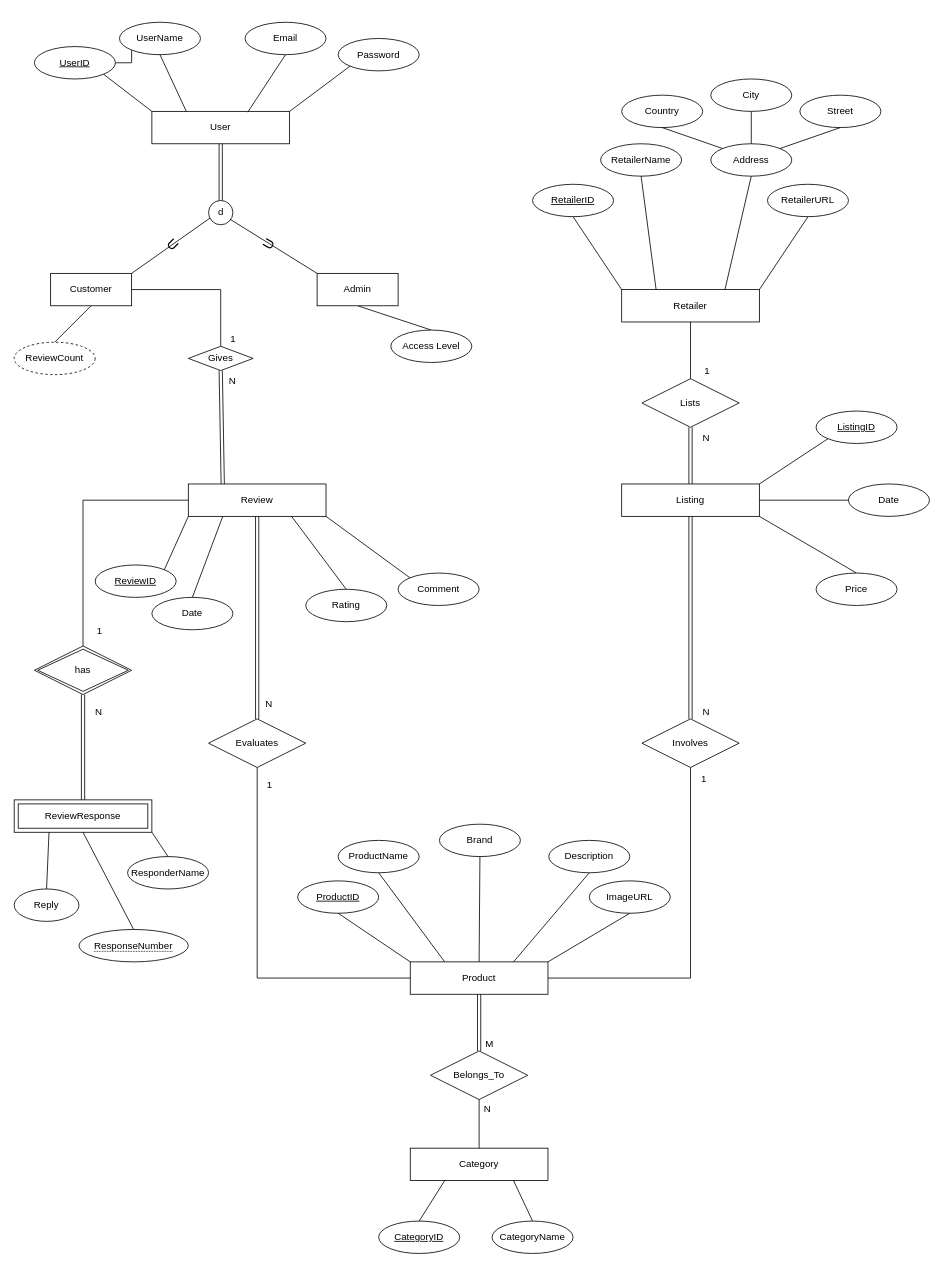
This is CompareIt_Database.drawio from HamdaanMirza/Procrastinators, a draw.io file, before an edit. Source tidied: cells renumbered, new cells numbered last; positions are measured from the earlier drawing's top-left corner, leaving out a move shared by most shapes. Both pictures are drawn from the tidied source at 81%, with x=0, y=0 at pixel (14, 22).
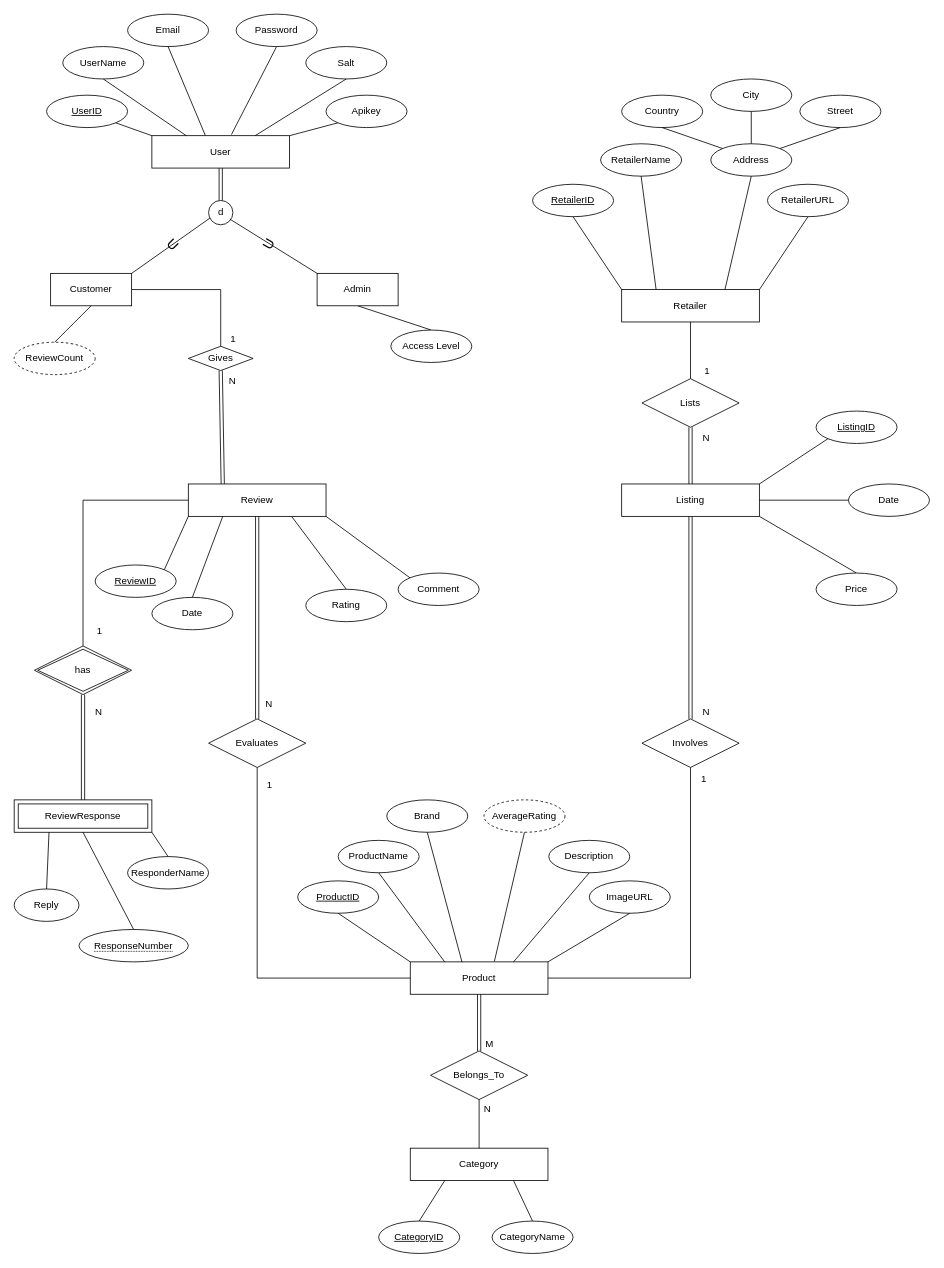
Above is the later version.

Commit message:
Added "Salt" and "Apikey" attributes to User. Added "AverageRating" attribute to Product.

The change refers to these unchanged cells:
```xml
<mxCell id="47" value="Product" style="whiteSpace=wrap;html=1;align=center;" parent="1" vertex="1">
  <mxGeometry x="489" y="1160" width="170" height="40" as="geometry" />
</mxCell>
```

The edit, as a diff of the source:
```diff
@@
     <mxCell id="2" value="User" style="whiteSpace=wrap;html=1;align=center;" parent="1" vertex="1">
-      <mxGeometry x="170" y="110" width="170" height="40" as="geometry" />
+      <mxGeometry x="170" y="140" width="170" height="40" as="geometry" />
     </mxCell>
-    <mxCell id="3" style="edgeStyle=orthogonalEdgeStyle;rounded=0;jettySize=auto;html=1;" parent="1" edge="1" source="4" target="6">
-      <mxGeometry relative="1" as="geometry" />
-    </mxCell>
     <mxCell id="4" value="UserID" style="ellipse;whiteSpace=wrap;html=1;align=center;fontStyle=4;" parent="1" vertex="1">
-      <mxGeometry x="25" y="30" width="100" height="40" as="geometry" />
+      <mxGeometry x="40" y="90" width="100" height="40" as="geometry" />
     </mxCell>
@@
     <mxCell id="6" value="UserName" style="ellipse;whiteSpace=wrap;html=1;align=center;" parent="1" vertex="1">
-      <mxGeometry x="130" width="100" height="40" as="geometry" />
+      <mxGeometry x="60" y="30" width="100" height="40" as="geometry" />
     </mxCell>
     <mxCell id="7" value="Email" style="ellipse;whiteSpace=wrap;html=1;align=center;" parent="1" vertex="1">
-      <mxGeometry x="285" width="100" height="40" as="geometry" />
+      <mxGeometry x="140" y="-10" width="100" height="40" as="geometry" />
     </mxCell>
     <mxCell id="8" value="Password" style="ellipse;whiteSpace=wrap;html=1;align=center;" parent="1" vertex="1">
-      <mxGeometry x="400" y="20" width="100" height="40" as="geometry" />
+      <mxGeometry x="274" y="-10" width="100" height="40" as="geometry" />
     </mxCell>
@@
-    <mxCell id="10" style="endArrow=none;html=1;rounded=0;exitX=0.5;exitY=1;exitDx=0;exitDy=0;entryX=0.696;entryY=0.025;entryDx=0;entryDy=0;entryPerimeter=0;" parent="1" edge="1" source="7" target="2">
+    <mxCell id="10" style="endArrow=none;html=1;rounded=0;exitX=0.5;exitY=1;exitDx=0;exitDy=0;entryX=0.388;entryY=-0.01;entryDx=0;entryDy=0;entryPerimeter=0;" parent="1" edge="1" source="7" target="2">
       <mxGeometry relative="1" as="geometry" />
     </mxCell>
-    <mxCell id="11" style="endArrow=none;html=1;rounded=0;exitX=1;exitY=0;exitDx=0;exitDy=0;entryX=0;entryY=1;entryDx=0;entryDy=0;" parent="1" edge="1" source="2" target="8">
+    <mxCell id="11" style="endArrow=none;html=1;rounded=0;exitX=0.578;exitY=-0.035;exitDx=0;exitDy=0;entryX=0.5;entryY=1;entryDx=0;entryDy=0;exitPerimeter=0;" parent="1" edge="1" source="2" target="8">
       <mxGeometry relative="1" as="geometry" />
     </mxCell>
@@
     <mxCell id="50" value="Brand" style="ellipse;whiteSpace=wrap;html=1;align=center;" parent="1" vertex="1">
-      <mxGeometry x="525" y="990" width="100" height="40" as="geometry" />
+      <mxGeometry x="460" y="960" width="100" height="40" as="geometry" />
     </mxCell>
@@
-    <mxCell id="55" style="endArrow=none;html=1;rounded=0;exitX=0.5;exitY=1;exitDx=0;exitDy=0;entryX=0.5;entryY=0;entryDx=0;entryDy=0;" parent="1" edge="1" source="50" target="47">
+    <mxCell id="55" style="endArrow=none;html=1;rounded=0;exitX=0.5;exitY=1;exitDx=0;exitDy=0;entryX=0.376;entryY=0.01;entryDx=0;entryDy=0;entryPerimeter=0;" parent="1" edge="1" source="50" target="47">
       <mxGeometry relative="1" as="geometry" />
     </mxCell>
@@
+    <mxCell id="109" value="Salt" style="ellipse;whiteSpace=wrap;html=1;align=center;" parent="1" vertex="1">
+      <mxGeometry x="360" y="30" width="100" height="40" as="geometry" />
+    </mxCell>
+    <mxCell id="110" value="Apikey" style="ellipse;whiteSpace=wrap;html=1;align=center;" parent="1" vertex="1">
+      <mxGeometry x="385" y="90" width="100" height="40" as="geometry" />
+    </mxCell>
+    <mxCell id="111" style="endArrow=none;html=1;rounded=0;exitX=0.75;exitY=0;exitDx=0;exitDy=0;entryX=0.5;entryY=1;entryDx=0;entryDy=0;" parent="1" edge="1" source="2" target="109">
+      <mxGeometry relative="1" as="geometry" />
+    </mxCell>
+    <mxCell id="112" style="endArrow=none;html=1;rounded=0;exitX=1;exitY=0;exitDx=0;exitDy=0;entryX=0;entryY=1;entryDx=0;entryDy=0;" parent="1" edge="1" source="2" target="110">
+      <mxGeometry relative="1" as="geometry" />
+    </mxCell>
+    <mxCell id="113" value="AverageRating" style="ellipse;whiteSpace=wrap;html=1;align=center;dashed=1;" parent="1" vertex="1">
+      <mxGeometry x="580" y="960" width="100" height="40" as="geometry" />
+    </mxCell>
+    <mxCell id="114" style="endArrow=none;html=1;rounded=0;exitX=0.5;exitY=1;exitDx=0;exitDy=0;entryX=0.611;entryY=-0.016;entryDx=0;entryDy=0;entryPerimeter=0;" parent="1" edge="1" source="113" target="47">
+      <mxGeometry relative="1" as="geometry" />
+    </mxCell>
```
